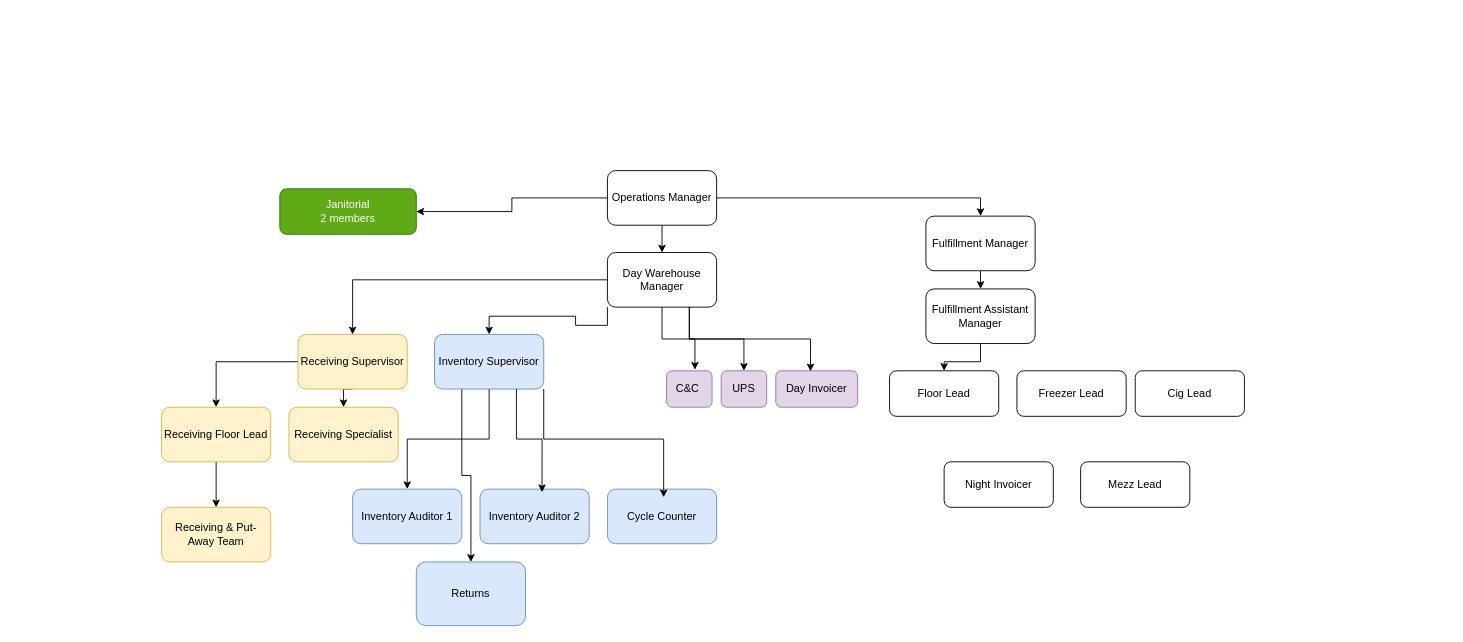
The draw.io diagram ID Day .drawio in GpBrenden/MyCharts, before the edit. Source tidied: cells renumbered, new cells numbered last; positions are measured from the earlier drawing's top-left corner, leaving out a move shared by most shapes. Both pictures are drawn from the tidied source at 91%, with x=0, y=0 at pixel (161, 170).
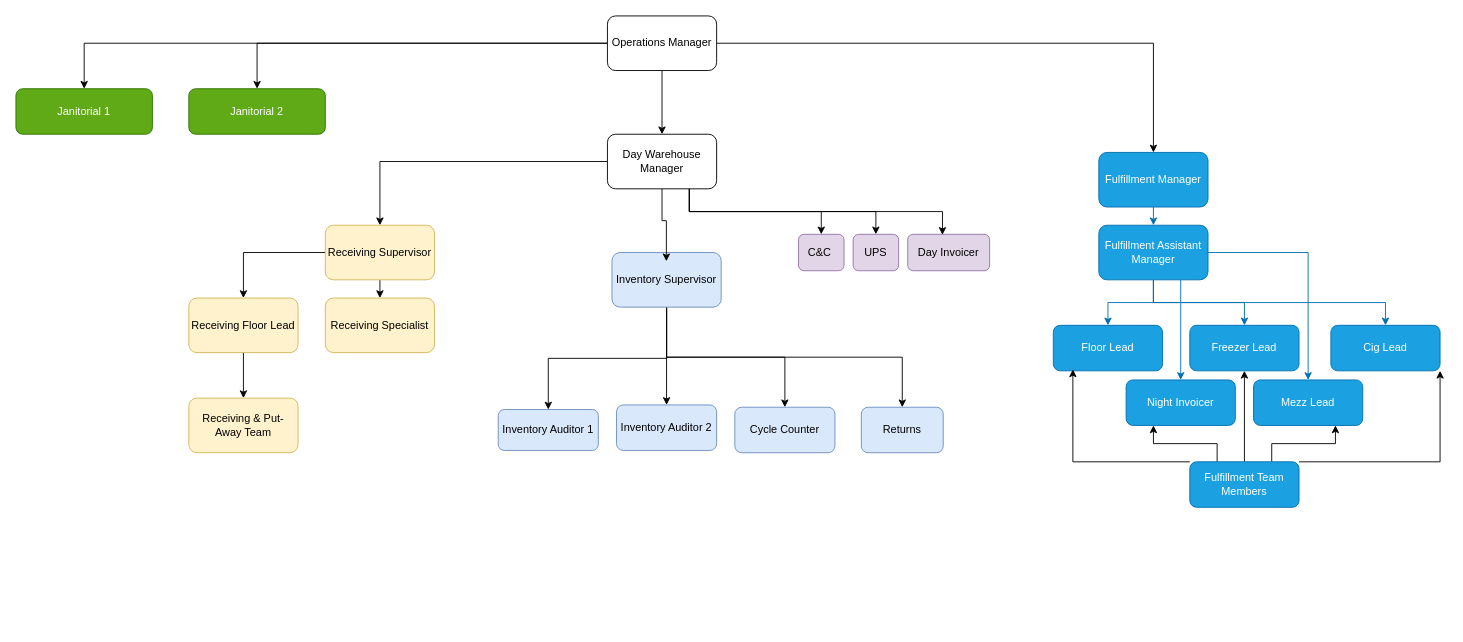
Above is the later version.

What changed in the source:
```diff
@@
+    <mxCell id="41" style="edgeStyle=orthogonalEdgeStyle;rounded=0;jettySize=auto;html=1;exitX=0;exitY=0.5;exitDx=0;exitDy=0;" parent="1" edge="1" source="5" target="46">
+      <mxGeometry relative="1" as="geometry" />
+    </mxCell>
     <mxCell id="5" value="Operations Manager" style="rounded=1;whiteSpace=wrap;html=1;" parent="1" vertex="1">
-      <mxGeometry x="490" width="120" height="60" as="geometry" />
+      <mxGeometry x="490" y="-170" width="120" height="60" as="geometry" />
     </mxCell>
@@
-    <mxCell id="7" style="edgeStyle=orthogonalEdgeStyle;rounded=0;jettySize=auto;html=1;exitX=0;exitY=1;exitDx=0;exitDy=0;entryX=0.5;entryY=0;entryDx=0;entryDy=0;" parent="1" edge="1" source="9" target="15">
-      <mxGeometry relative="1" as="geometry" />
-    </mxCell>
@@
+    <mxCell id="17" style="edgeStyle=orthogonalEdgeStyle;rounded=0;jettySize=auto;html=1;exitX=0.75;exitY=1;exitDx=0;exitDy=0;entryX=0.5;entryY=0;entryDx=0;entryDy=0;" parent="1" edge="1" source="9" target="16">
+      <mxGeometry relative="1" as="geometry" />
+    </mxCell>
     <mxCell id="9" value="Day Warehouse Manager" style="rounded=1;whiteSpace=wrap;html=1;" parent="1" vertex="1">
-      <mxGeometry x="490" y="90" width="120" height="60" as="geometry" />
+      <mxGeometry x="490" y="-40" width="120" height="60" as="geometry" />
     </mxCell>
@@
     <mxCell id="12" value="Receiving Supervisor" style="rounded=1;whiteSpace=wrap;html=1;fillColor=#fff2cc;strokeColor=#d6b656;" parent="1" vertex="1">
-      <mxGeometry x="150" y="180" width="120" height="60" as="geometry" />
+      <mxGeometry x="180" y="60" width="120" height="60" as="geometry" />
     </mxCell>
+    <mxCell id="14" style="edgeStyle=orthogonalEdgeStyle;rounded=0;jettySize=auto;html=1;exitX=0.5;exitY=1;exitDx=0;exitDy=0;entryX=0.5;entryY=0;entryDx=0;entryDy=0;" parent="1" edge="1" source="15" target="27">
+      <mxGeometry relative="1" as="geometry" />
+    </mxCell>
+    <mxCell id="29" style="edgeStyle=orthogonalEdgeStyle;rounded=0;jettySize=auto;html=1;exitX=0.5;exitY=1;exitDx=0;exitDy=0;entryX=0.5;entryY=0;entryDx=0;entryDy=0;" parent="1" edge="1" source="15" target="26">
+      <mxGeometry relative="1" as="geometry" />
+    </mxCell>
+    <mxCell id="28" style="edgeStyle=orthogonalEdgeStyle;rounded=0;jettySize=auto;html=1;exitX=0.5;exitY=1;exitDx=0;exitDy=0;entryX=0.5;entryY=0;entryDx=0;entryDy=0;" parent="1" edge="1" source="15" target="25">
+      <mxGeometry relative="1" as="geometry" />
+    </mxCell>
-    <mxCell id="13" style="edgeStyle=orthogonalEdgeStyle;rounded=0;jettySize=auto;html=1;exitX=0.5;exitY=1;exitDx=0;exitDy=0;" parent="1" edge="1" source="15" target="24">
+    <mxCell id="13" style="edgeStyle=orthogonalEdgeStyle;rounded=0;jettySize=auto;html=1;exitX=0.5;exitY=1;exitDx=0;exitDy=0;entryX=0.5;entryY=0;entryDx=0;entryDy=0;" parent="1" edge="1" source="15" target="24">
       <mxGeometry relative="1" as="geometry" />
     </mxCell>
-    <mxCell id="14" style="edgeStyle=orthogonalEdgeStyle;rounded=0;jettySize=auto;html=1;exitX=0.25;exitY=1;exitDx=0;exitDy=0;entryX=0.5;entryY=0;entryDx=0;entryDy=0;" parent="1" edge="1" source="15" target="27">
-      <mxGeometry relative="1" as="geometry" />
-    </mxCell>
     <mxCell id="15" value="Inventory Supervisor" style="rounded=1;whiteSpace=wrap;html=1;fillColor=#dae8fc;strokeColor=#6c8ebf;" parent="1" vertex="1">
-      <mxGeometry x="300" y="180" width="120" height="60" as="geometry" />
+      <mxGeometry x="495" y="90" width="120" height="60" as="geometry" />
     </mxCell>
     <mxCell id="16" value="C&amp;amp;C&amp;nbsp;" style="rounded=1;whiteSpace=wrap;html=1;fillColor=#e1d5e7;strokeColor=#9673a6;" parent="1" vertex="1">
-      <mxGeometry x="555" y="220" width="50" height="40" as="geometry" />
+      <mxGeometry x="700" y="70" width="50" height="40" as="geometry" />
     </mxCell>
-    <mxCell id="17" style="edgeStyle=orthogonalEdgeStyle;rounded=0;jettySize=auto;html=1;exitX=0.5;exitY=1;exitDx=0;exitDy=0;entryX=0.623;entryY=-0.03;entryDx=0;entryDy=0;entryPerimeter=0;" parent="1" edge="1" source="9" target="16">
-      <mxGeometry relative="1" as="geometry" />
-    </mxCell>
-    <mxCell id="18" style="edgeStyle=orthogonalEdgeStyle;rounded=0;jettySize=auto;html=1;exitX=0.5;exitY=1;exitDx=0;exitDy=0;entryX=0.5;entryY=0;entryDx=0;entryDy=0;" parent="1" edge="1" source="19" target="35">
+    <mxCell id="18" style="edgeStyle=orthogonalEdgeStyle;rounded=0;jettySize=auto;html=1;exitX=0.5;exitY=1;exitDx=0;exitDy=0;entryX=0.5;entryY=0;entryDx=0;entryDy=0;fillColor=#1ba1e2;strokeColor=#006EAF;" parent="1" edge="1" source="19" target="35">
       <mxGeometry relative="1" as="geometry" />
     </mxCell>
-    <mxCell id="19" value="Fulfillment Manager" style="rounded=1;whiteSpace=wrap;html=1;" parent="1" vertex="1">
-      <mxGeometry x="840" y="50" width="120" height="60" as="geometry" />
+    <mxCell id="19" value="Fulfillment Manager" style="rounded=1;whiteSpace=wrap;html=1;fillColor=#1ba1e2;fontColor=#ffffff;strokeColor=#006EAF;" parent="1" vertex="1">
+      <mxGeometry x="1030" y="-20" width="120" height="60" as="geometry" />
     </mxCell>
@@
     <mxCell id="21" value="Receiving Floor Lead" style="rounded=1;whiteSpace=wrap;html=1;fillColor=#fff2cc;strokeColor=#d6b656;" parent="1" vertex="1">
-      <mxGeometry y="260" width="120" height="60" as="geometry" />
+      <mxGeometry x="30" y="140" width="120" height="60" as="geometry" />
     </mxCell>
     <mxCell id="22" value="Receiving Specialist" style="rounded=1;whiteSpace=wrap;html=1;fillColor=#fff2cc;strokeColor=#d6b656;" parent="1" vertex="1">
-      <mxGeometry x="140" y="260" width="120" height="60" as="geometry" />
+      <mxGeometry x="180" y="140" width="120" height="60" as="geometry" />
     </mxCell>
     <mxCell id="23" value="Receiving &amp;amp; Put-Away Team" style="rounded=1;whiteSpace=wrap;html=1;fillColor=#fff2cc;strokeColor=#d6b656;" parent="1" vertex="1">
-      <mxGeometry y="370" width="120" height="60" as="geometry" />
+      <mxGeometry x="30" y="250" width="120" height="60" as="geometry" />
     </mxCell>
     <mxCell id="24" value="Inventory Auditor 1" style="rounded=1;whiteSpace=wrap;html=1;fillColor=#dae8fc;strokeColor=#6c8ebf;" parent="1" vertex="1">
-      <mxGeometry x="210" y="350" width="120" height="60" as="geometry" />
+      <mxGeometry x="370" y="262.5" width="110" height="45" as="geometry" />
     </mxCell>
     <mxCell id="25" value="Inventory Auditor 2" style="rounded=1;whiteSpace=wrap;html=1;fillColor=#dae8fc;strokeColor=#6c8ebf;" parent="1" vertex="1">
-      <mxGeometry x="350" y="350" width="120" height="60" as="geometry" />
+      <mxGeometry x="500" y="257.5" width="110" height="50" as="geometry" />
     </mxCell>
     <mxCell id="26" value="Cycle Counter" style="rounded=1;whiteSpace=wrap;html=1;fillColor=#dae8fc;strokeColor=#6c8ebf;" parent="1" vertex="1">
-      <mxGeometry x="490" y="350" width="120" height="60" as="geometry" />
+      <mxGeometry x="630" y="260" width="110" height="50" as="geometry" />
     </mxCell>
     <mxCell id="27" value="Returns" style="rounded=1;whiteSpace=wrap;html=1;fillColor=#dae8fc;strokeColor=#6c8ebf;" parent="1" vertex="1">
-      <mxGeometry x="280" y="430" width="120" height="70" as="geometry" />
+      <mxGeometry x="769" y="260" width="90" height="50" as="geometry" />
     </mxCell>
-    <mxCell id="28" style="edgeStyle=orthogonalEdgeStyle;rounded=0;jettySize=auto;html=1;exitX=0.75;exitY=1;exitDx=0;exitDy=0;entryX=0.568;entryY=0.057;entryDx=0;entryDy=0;entryPerimeter=0;" parent="1" edge="1" source="15" target="25">
-      <mxGeometry relative="1" as="geometry" />
-    </mxCell>
-    <mxCell id="29" style="edgeStyle=orthogonalEdgeStyle;rounded=0;jettySize=auto;html=1;exitX=1;exitY=1;exitDx=0;exitDy=0;entryX=0.515;entryY=0.15;entryDx=0;entryDy=0;entryPerimeter=0;" parent="1" edge="1" source="15" target="26">
-      <mxGeometry relative="1" as="geometry" />
-    </mxCell>
     <mxCell id="30" value="UPS" style="rounded=1;whiteSpace=wrap;html=1;fillColor=#e1d5e7;strokeColor=#9673a6;" parent="1" vertex="1">
-      <mxGeometry x="615" y="220" width="50" height="40" as="geometry" />
+      <mxGeometry x="760" y="70" width="50" height="40" as="geometry" />
     </mxCell>
     <mxCell id="31" value="Day Invoicer" style="rounded=1;whiteSpace=wrap;html=1;fillColor=#e1d5e7;strokeColor=#9673a6;" parent="1" vertex="1">
-      <mxGeometry x="675" y="220" width="90" height="40" as="geometry" />
+      <mxGeometry x="820" y="70" width="90" height="40" as="geometry" />
     </mxCell>
@@
-    <mxCell id="33" value="Janitorial&lt;div&gt;2 members&lt;/div&gt;" style="rounded=1;whiteSpace=wrap;html=1;fillColor=#60a917;fontColor=#ffffff;strokeColor=#2D7600;" parent="1" vertex="1">
-      <mxGeometry x="130" y="20" width="150" height="50" as="geometry" />
+    <mxCell id="33" value="Janitorial 1" style="rounded=1;whiteSpace=wrap;html=1;fillColor=#60a917;fontColor=#ffffff;strokeColor=#2D7600;" parent="1" vertex="1">
+      <mxGeometry x="-160" y="-90" width="150" height="50" as="geometry" />
     </mxCell>
-    <mxCell id="34" style="edgeStyle=orthogonalEdgeStyle;rounded=0;jettySize=auto;html=1;exitX=0.5;exitY=1;exitDx=0;exitDy=0;entryX=0.5;entryY=0;entryDx=0;entryDy=0;" parent="1" edge="1" source="35" target="39">
+    <mxCell id="34" style="edgeStyle=orthogonalEdgeStyle;rounded=0;jettySize=auto;html=1;exitX=0.5;exitY=1;exitDx=0;exitDy=0;entryX=0.5;entryY=0;entryDx=0;entryDy=0;fillColor=#1ba1e2;strokeColor=#006EAF;" parent="1" edge="1" source="35" target="39">
       <mxGeometry relative="1" as="geometry" />
     </mxCell>
+    <mxCell id="42" style="edgeStyle=orthogonalEdgeStyle;rounded=0;jettySize=auto;html=1;exitX=0.5;exitY=1;exitDx=0;exitDy=0;fillColor=#1ba1e2;strokeColor=#006EAF;" parent="1" edge="1" source="35" target="36">
+      <mxGeometry relative="1" as="geometry" />
+    </mxCell>
+    <mxCell id="43" style="edgeStyle=orthogonalEdgeStyle;rounded=0;jettySize=auto;html=1;exitX=0.5;exitY=1;exitDx=0;exitDy=0;entryX=0.5;entryY=0;entryDx=0;entryDy=0;fillColor=#1ba1e2;strokeColor=#006EAF;" parent="1" edge="1" source="35" target="38">
+      <mxGeometry relative="1" as="geometry" />
+    </mxCell>
+    <mxCell id="44" style="edgeStyle=orthogonalEdgeStyle;rounded=0;jettySize=auto;html=1;exitX=0.75;exitY=1;exitDx=0;exitDy=0;entryX=0.5;entryY=0;entryDx=0;entryDy=0;fillColor=#1ba1e2;strokeColor=#006EAF;" parent="1" edge="1" source="35" target="37">
+      <mxGeometry relative="1" as="geometry" />
+    </mxCell>
+    <mxCell id="45" style="edgeStyle=orthogonalEdgeStyle;rounded=0;jettySize=auto;html=1;exitX=1;exitY=0.5;exitDx=0;exitDy=0;entryX=0.5;entryY=0;entryDx=0;entryDy=0;fillColor=#1ba1e2;strokeColor=#006EAF;" parent="1" edge="1" source="35" target="40">
+      <mxGeometry relative="1" as="geometry" />
+    </mxCell>
-    <mxCell id="35" value="Fulfillment Assistant Manager" style="rounded=1;whiteSpace=wrap;html=1;" parent="1" vertex="1">
-      <mxGeometry x="840" y="130" width="120" height="60" as="geometry" />
+    <mxCell id="35" value="Fulfillment Assistant Manager" style="rounded=1;whiteSpace=wrap;html=1;fillColor=#1ba1e2;fontColor=#ffffff;strokeColor=#006EAF;" parent="1" vertex="1">
+      <mxGeometry x="1030" y="60" width="120" height="60" as="geometry" />
     </mxCell>
-    <mxCell id="36" value="Freezer Lead" style="rounded=1;whiteSpace=wrap;html=1;" parent="1" vertex="1">
-      <mxGeometry x="940" y="220" width="120" height="50" as="geometry" />
+    <mxCell id="36" value="Freezer Lead" style="rounded=1;whiteSpace=wrap;html=1;fillColor=#1ba1e2;fontColor=#ffffff;strokeColor=#006EAF;" parent="1" vertex="1">
+      <mxGeometry x="1130" y="170" width="120" height="50" as="geometry" />
     </mxCell>
-    <mxCell id="37" value="Night Invoicer" style="rounded=1;whiteSpace=wrap;html=1;" parent="1" vertex="1">
-      <mxGeometry x="860" y="320" width="120" height="50" as="geometry" />
+    <mxCell id="37" value="Night Invoicer" style="rounded=1;whiteSpace=wrap;html=1;fillColor=#1ba1e2;fontColor=#ffffff;strokeColor=#006EAF;" parent="1" vertex="1">
+      <mxGeometry x="1060" y="230" width="120" height="50" as="geometry" />
     </mxCell>
-    <mxCell id="38" value="Cig Lead" style="rounded=1;whiteSpace=wrap;html=1;" parent="1" vertex="1">
-      <mxGeometry x="1070" y="220" width="120" height="50" as="geometry" />
+    <mxCell id="38" value="Cig Lead" style="rounded=1;whiteSpace=wrap;html=1;fillColor=#1ba1e2;fontColor=#ffffff;strokeColor=#006EAF;" parent="1" vertex="1">
+      <mxGeometry x="1285" y="170" width="120" height="50" as="geometry" />
     </mxCell>
-    <mxCell id="39" value="Floor Lead" style="rounded=1;whiteSpace=wrap;html=1;" parent="1" vertex="1">
-      <mxGeometry x="800" y="220" width="120" height="50" as="geometry" />
+    <mxCell id="39" value="Floor Lead" style="rounded=1;whiteSpace=wrap;html=1;fillColor=#1ba1e2;fontColor=#ffffff;strokeColor=#006EAF;" parent="1" vertex="1">
+      <mxGeometry x="980" y="170" width="120" height="50" as="geometry" />
     </mxCell>
-    <mxCell id="40" value="Mezz Lead" style="rounded=1;whiteSpace=wrap;html=1;" parent="1" vertex="1">
-      <mxGeometry x="1010" y="320" width="120" height="50" as="geometry" />
+    <mxCell id="40" value="Mezz Lead" style="rounded=1;whiteSpace=wrap;html=1;fillColor=#1ba1e2;fontColor=#ffffff;strokeColor=#006EAF;" parent="1" vertex="1">
+      <mxGeometry x="1200" y="230" width="120" height="50" as="geometry" />
     </mxCell>
+    <mxCell id="46" value="Janitorial 2" style="rounded=1;whiteSpace=wrap;html=1;fillColor=#60a917;fontColor=#ffffff;strokeColor=#2D7600;" parent="1" vertex="1">
+      <mxGeometry x="30" y="-90" width="150" height="50" as="geometry" />
+    </mxCell>
+    <mxCell id="7" style="edgeStyle=orthogonalEdgeStyle;rounded=0;jettySize=auto;html=1;exitX=0.5;exitY=1;exitDx=0;exitDy=0;entryX=0.498;entryY=0.16;entryDx=0;entryDy=0;entryPerimeter=0;" parent="1" edge="1" source="9" target="15">
+      <mxGeometry relative="1" as="geometry" />
+    </mxCell>
+    <mxCell id="47" style="edgeStyle=orthogonalEdgeStyle;rounded=0;jettySize=auto;html=1;exitX=1;exitY=0;exitDx=0;exitDy=0;entryX=1;entryY=1;entryDx=0;entryDy=0;" parent="1" edge="1" source="51" target="38">
+      <mxGeometry relative="1" as="geometry">
+        <Array as="points">
+          <mxPoint x="1405" y="320" />
+        </Array>
+      </mxGeometry>
+    </mxCell>
+    <mxCell id="48" style="edgeStyle=orthogonalEdgeStyle;rounded=0;jettySize=auto;html=1;exitX=0.25;exitY=0;exitDx=0;exitDy=0;entryX=0.25;entryY=1;entryDx=0;entryDy=0;" parent="1" edge="1" source="51" target="37">
+      <mxGeometry relative="1" as="geometry" />
+    </mxCell>
+    <mxCell id="49" style="edgeStyle=orthogonalEdgeStyle;rounded=0;jettySize=auto;html=1;exitX=0.75;exitY=0;exitDx=0;exitDy=0;entryX=0.75;entryY=1;entryDx=0;entryDy=0;" parent="1" edge="1" source="51" target="40">
+      <mxGeometry relative="1" as="geometry" />
+    </mxCell>
+    <mxCell id="50" style="edgeStyle=orthogonalEdgeStyle;rounded=0;jettySize=auto;html=1;exitX=0.5;exitY=0;exitDx=0;exitDy=0;entryX=0.5;entryY=1;entryDx=0;entryDy=0;" parent="1" edge="1" source="51" target="36">
+      <mxGeometry relative="1" as="geometry" />
+    </mxCell>
+    <mxCell id="51" value="Fulfillment Team Members" style="rounded=1;whiteSpace=wrap;html=1;fillColor=#1ba1e2;fontColor=#ffffff;strokeColor=#006EAF;" parent="1" vertex="1">
+      <mxGeometry x="1130" y="320" width="120" height="50" as="geometry" />
+    </mxCell>
+    <mxCell id="52" style="edgeStyle=orthogonalEdgeStyle;rounded=0;jettySize=auto;html=1;exitX=0;exitY=0;exitDx=0;exitDy=0;entryX=0.179;entryY=0.968;entryDx=0;entryDy=0;entryPerimeter=0;" parent="1" edge="1" source="51" target="39">
+      <mxGeometry relative="1" as="geometry">
+        <Array as="points">
+          <mxPoint x="1001" y="320" />
+        </Array>
+      </mxGeometry>
+    </mxCell>
```
